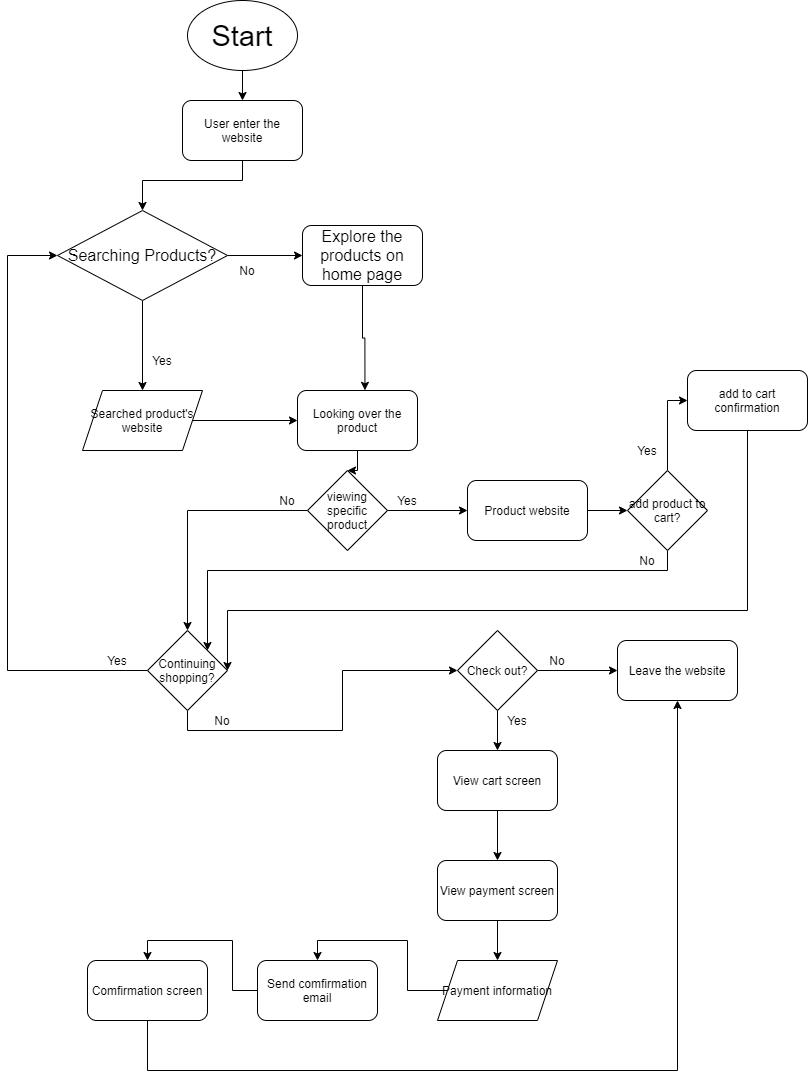
HairforceNiko/fa21-cse110-lab4 keeps this draw.io diagram as explore/diagramming/diagram.drawio.png. Above is the earlier version. Source tidied: cells renumbered, new cells last; positions are measured from the earlier drawing's top-left corner, leaving out a move shared by most shapes.
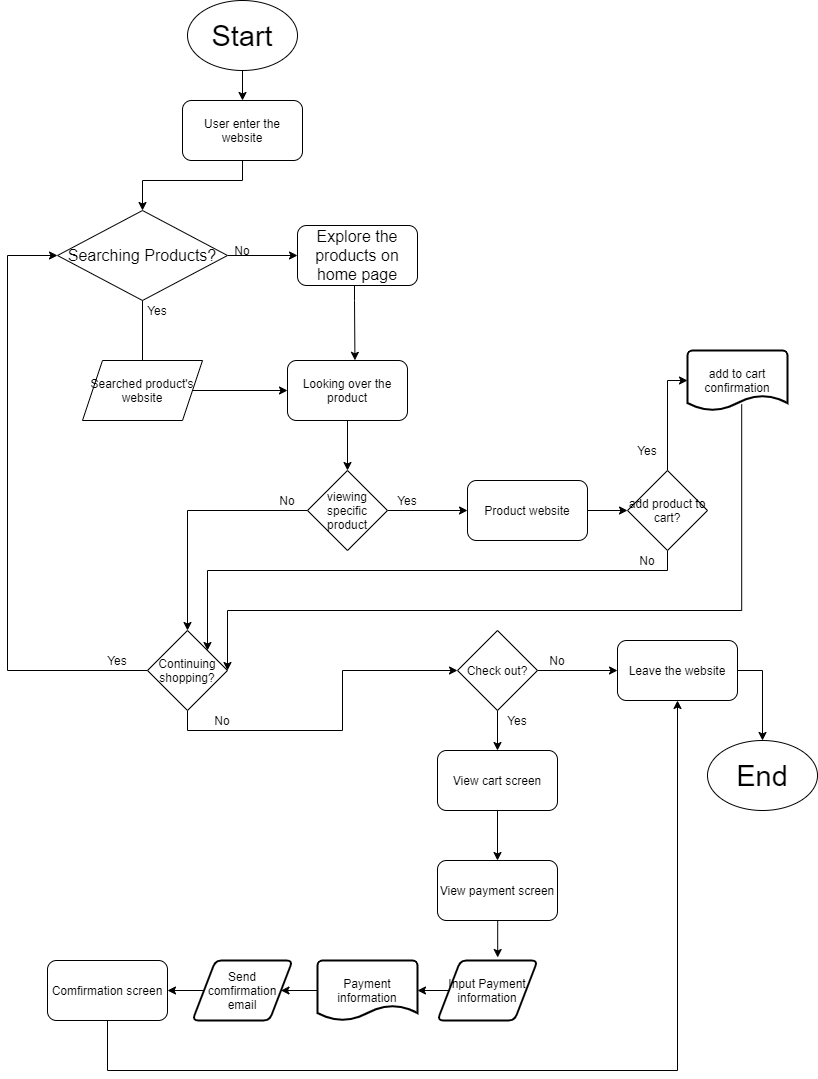
After the commit.

Change to the diagram source:
```diff
@@ -34,25 +34,30 @@
       <mxGeometry relative="1" as="geometry" />
     </mxCell>
     <mxCell id="10" value="&lt;span&gt;Searched product's website&lt;/span&gt;" style="shape=parallelogram;perimeter=parallelogramPerimeter;whiteSpace=wrap;html=1;fixedSize=1;strokeWidth=1;" parent="1" vertex="1">
-      <mxGeometry x="75" y="390" width="120" height="60" as="geometry" />
+      <mxGeometry x="75" y="360" width="120" height="60" as="geometry" />
     </mxCell>
     <mxCell id="11" style="edgeStyle=orthogonalEdgeStyle;rounded=0;jettySize=auto;html=1;entryX=0.562;entryY=-0.003;entryDx=0;entryDy=0;entryPerimeter=0;" parent="1" edge="1" source="12" target="16">
-      <mxGeometry relative="1" as="geometry" />
+      <mxGeometry relative="1" as="geometry">
+        <Array as="points">
+          <mxPoint x="347" y="300" />
+          <mxPoint x="347" y="300" />
+        </Array>
+      </mxGeometry>
     </mxCell>
     <mxCell id="12" value="&lt;span style=&quot;font-size: 16px&quot;&gt;Explore the products on home page&lt;/span&gt;" style="rounded=1;whiteSpace=wrap;html=1;strokeWidth=1;" parent="1" vertex="1">
-      <mxGeometry x="295" y="225" width="120" height="60" as="geometry" />
+      <mxGeometry x="290" y="225" width="120" height="60" as="geometry" />
     </mxCell>
     <mxCell id="13" value="No" style="text;html=1;strokeColor=none;fillColor=none;align=center;verticalAlign=middle;whiteSpace=wrap;rounded=0;" parent="1" vertex="1">
-      <mxGeometry x="220" y="260" width="40" height="20" as="geometry" />
+      <mxGeometry x="215" y="240" width="40" height="20" as="geometry" />
     </mxCell>
     <mxCell id="14" value="Yes&lt;br&gt;" style="text;html=1;strokeColor=none;fillColor=none;align=center;verticalAlign=middle;whiteSpace=wrap;rounded=0;" parent="1" vertex="1">
-      <mxGeometry x="135" y="350" width="40" height="20" as="geometry" />
+      <mxGeometry x="130" y="300" width="40" height="20" as="geometry" />
     </mxCell>
     <mxCell id="15" style="edgeStyle=orthogonalEdgeStyle;rounded=0;jettySize=auto;html=1;entryX=0.5;entryY=0;entryDx=0;entryDy=0;" parent="1" edge="1" source="16" target="19">
       <mxGeometry relative="1" as="geometry" />
     </mxCell>
     <mxCell id="16" value="Looking over the product" style="rounded=1;whiteSpace=wrap;html=1;strokeWidth=1;" parent="1" vertex="1">
-      <mxGeometry x="290" y="390" width="120" height="60" as="geometry" />
+      <mxGeometry x="280" y="360" width="120" height="60" as="geometry" />
     </mxCell>
     <mxCell id="17" style="edgeStyle=orthogonalEdgeStyle;rounded=0;jettySize=auto;html=1;entryX=0.5;entryY=0;entryDx=0;entryDy=0;" parent="1" edge="1" source="19" target="22">
       <mxGeometry relative="1" as="geometry" />
@@ -98,6 +103,13 @@
     <mxCell id="27" value="Check out?" style="rhombus;whiteSpace=wrap;html=1;strokeWidth=1;" parent="1" vertex="1">
       <mxGeometry x="450" y="630" width="80" height="80" as="geometry" />
     </mxCell>
+    <mxCell id="52" style="edgeStyle=orthogonalEdgeStyle;rounded=0;jettySize=auto;html=1;entryX=0.5;entryY=0;entryDx=0;entryDy=0;" parent="1" edge="1" source="28" target="55">
+      <mxGeometry relative="1" as="geometry">
+        <Array as="points">
+          <mxPoint x="755" y="670" />
+        </Array>
+      </mxGeometry>
+    </mxCell>
     <mxCell id="28" value="Leave the website" style="rounded=1;whiteSpace=wrap;html=1;strokeWidth=1;" parent="1" vertex="1">
       <mxGeometry x="610" y="640" width="120" height="60" as="geometry" />
     </mxCell>
@@ -110,34 +122,32 @@
     <mxCell id="31" value="View cart screen" style="rounded=1;whiteSpace=wrap;html=1;" parent="1" vertex="1">
       <mxGeometry x="430" y="750" width="120" height="60" as="geometry" />
     </mxCell>
-    <mxCell id="32" style="edgeStyle=orthogonalEdgeStyle;rounded=0;jettySize=auto;html=1;entryX=0.5;entryY=0;entryDx=0;entryDy=0;" parent="1" edge="1" source="33" target="35">
-      <mxGeometry relative="1" as="geometry" />
+    <mxCell id="32" style="edgeStyle=orthogonalEdgeStyle;rounded=0;jettySize=auto;html=1;entryX=0.602;entryY=-0.05;entryDx=0;entryDy=0;entryPerimeter=0;" parent="1" edge="1" source="33" target="56">
+      <mxGeometry relative="1" as="geometry">
+        <Array as="points">
+          <mxPoint x="490" y="957" />
+        </Array>
+      </mxGeometry>
     </mxCell>
     <mxCell id="33" value="View payment screen" style="rounded=1;whiteSpace=wrap;html=1;" parent="1" vertex="1">
       <mxGeometry x="430" y="860" width="120" height="60" as="geometry" />
     </mxCell>
-    <mxCell id="34" style="edgeStyle=orthogonalEdgeStyle;rounded=0;jettySize=auto;html=1;entryX=0.5;entryY=0;entryDx=0;entryDy=0;" parent="1" edge="1" source="35" target="37">
-      <mxGeometry relative="1" as="geometry" />
-    </mxCell>
-    <mxCell id="35" value="Payment information" style="shape=parallelogram;perimeter=parallelogramPerimeter;whiteSpace=wrap;html=1;fixedSize=1;" parent="1" vertex="1">
-      <mxGeometry x="430" y="960" width="120" height="60" as="geometry" />
-    </mxCell>
+    <mxCell id="53" style="edgeStyle=orthogonalEdgeStyle;rounded=0;jettySize=auto;html=1;entryX=1;entryY=0.5;entryDx=0;entryDy=0;entryPerimeter=0;exitX=0;exitY=0.5;exitDx=0;exitDy=0;" parent="1" edge="1" source="56" target="35">
+      <mxGeometry relative="1" as="geometry" />
+    </mxCell>
-    <mxCell id="36" style="edgeStyle=orthogonalEdgeStyle;rounded=0;jettySize=auto;html=1;entryX=0.5;entryY=0;entryDx=0;entryDy=0;" parent="1" edge="1" source="37" target="39">
+    <mxCell id="36" style="edgeStyle=orthogonalEdgeStyle;rounded=0;jettySize=auto;html=1;entryX=1;entryY=0.5;entryDx=0;entryDy=0;exitX=0;exitY=0.5;exitDx=0;exitDy=0;" parent="1" edge="1" source="37" target="39">
       <mxGeometry relative="1" as="geometry" />
     </mxCell>
-    <mxCell id="37" value="Send comfirmation email" style="rounded=1;whiteSpace=wrap;html=1;" parent="1" vertex="1">
-      <mxGeometry x="250" y="960" width="120" height="60" as="geometry" />
-    </mxCell>
     <mxCell id="38" style="edgeStyle=orthogonalEdgeStyle;rounded=0;jettySize=auto;html=1;entryX=0.5;entryY=1;entryDx=0;entryDy=0;" parent="1" edge="1" source="39" target="28">
       <mxGeometry relative="1" as="geometry">
         <Array as="points">
-          <mxPoint x="140" y="1070" />
+          <mxPoint x="100" y="1070" />
           <mxPoint x="670" y="1070" />
         </Array>
       </mxGeometry>
     </mxCell>
     <mxCell id="39" value="Comfirmation screen" style="rounded=1;whiteSpace=wrap;html=1;" parent="1" vertex="1">
-      <mxGeometry x="80" y="960" width="120" height="60" as="geometry" />
+      <mxGeometry x="40" y="960" width="120" height="60" as="geometry" />
     </mxCell>
     <mxCell id="40" value="Yes" style="text;html=1;strokeColor=none;fillColor=none;align=center;verticalAlign=middle;whiteSpace=wrap;rounded=0;" parent="1" vertex="1">
       <mxGeometry x="380" y="490" width="40" height="20" as="geometry" />
@@ -151,7 +161,7 @@
     <mxCell id="43" value="Product website" style="rounded=1;whiteSpace=wrap;html=1;" parent="1" vertex="1">
       <mxGeometry x="460" y="480" width="120" height="60" as="geometry" />
     </mxCell>
-    <mxCell id="44" style="edgeStyle=orthogonalEdgeStyle;rounded=0;jettySize=auto;html=1;entryX=0;entryY=0.5;entryDx=0;entryDy=0;" parent="1" edge="1" source="46" target="48">
+    <mxCell id="44" style="edgeStyle=orthogonalEdgeStyle;rounded=0;jettySize=auto;html=1;entryX=0;entryY=0.5;entryDx=0;entryDy=0;entryPerimeter=0;" parent="1" edge="1" source="46" target="48">
       <mxGeometry relative="1" as="geometry" />
     </mxCell>
     <mxCell id="45" style="edgeStyle=orthogonalEdgeStyle;rounded=0;jettySize=auto;html=1;entryX=1;entryY=0;entryDx=0;entryDy=0;" parent="1" edge="1" source="46" target="22">
@@ -165,17 +175,14 @@
     <mxCell id="46" value="add product to cart?" style="rhombus;whiteSpace=wrap;html=1;" parent="1" vertex="1">
       <mxGeometry x="620" y="470" width="80" height="80" as="geometry" />
     </mxCell>
-    <mxCell id="47" style="edgeStyle=orthogonalEdgeStyle;rounded=0;jettySize=auto;html=1;entryX=1;entryY=0.5;entryDx=0;entryDy=0;" parent="1" edge="1" source="48" target="22">
+    <mxCell id="47" style="edgeStyle=orthogonalEdgeStyle;rounded=0;jettySize=auto;html=1;entryX=1;entryY=0.5;entryDx=0;entryDy=0;exitX=0.542;exitY=0.897;exitDx=0;exitDy=0;exitPerimeter=0;" parent="1" edge="1" source="48" target="22">
       <mxGeometry relative="1" as="geometry">
         <Array as="points">
-          <mxPoint x="740" y="610" />
+          <mxPoint x="734" y="610" />
           <mxPoint x="220" y="610" />
         </Array>
       </mxGeometry>
     </mxCell>
-    <mxCell id="48" value="add to cart confirmation" style="rounded=1;whiteSpace=wrap;html=1;" parent="1" vertex="1">
-      <mxGeometry x="680" y="370" width="120" height="60" as="geometry" />
-    </mxCell>
     <mxCell id="49" value="Yes" style="text;html=1;strokeColor=none;fillColor=none;align=center;verticalAlign=middle;whiteSpace=wrap;rounded=0;" parent="1" vertex="1">
       <mxGeometry x="620" y="440" width="40" height="20" as="geometry" />
     </mxCell>
@@ -185,5 +192,26 @@
     <mxCell id="51" value="Yes" style="text;html=1;strokeColor=none;fillColor=none;align=center;verticalAlign=middle;whiteSpace=wrap;rounded=0;" parent="1" vertex="1">
       <mxGeometry x="490" y="710" width="40" height="20" as="geometry" />
     </mxCell>
+    <mxCell id="48" value="&lt;span&gt;add to cart confirmation&lt;/span&gt;" style="strokeWidth=2;html=1;shape=mxgraph.flowchart.document2;whiteSpace=wrap;size=0.25;" parent="1" vertex="1">
+      <mxGeometry x="680" y="350" width="100" height="60" as="geometry" />
+    </mxCell>
+    <mxCell id="54" style="edgeStyle=orthogonalEdgeStyle;rounded=0;orthogonalLoop=1;jettySize=auto;html=1;exitX=0.5;exitY=1;exitDx=0;exitDy=0;" parent="1" edge="1" source="13" target="13">
+      <mxGeometry relative="1" as="geometry" />
+    </mxCell>
+    <mxCell id="55" value="&lt;span style=&quot;font-size: 29px&quot;&gt;End&lt;br&gt;&lt;/span&gt;" style="ellipse;whiteSpace=wrap;html=1;" parent="1" vertex="1">
+      <mxGeometry x="700" y="740" width="110" height="70" as="geometry" />
+    </mxCell>
+    <mxCell id="37" value="&lt;span&gt;Send comfirmation email&lt;/span&gt;" style="shape=parallelogram;html=1;strokeWidth=2;perimeter=parallelogramPerimeter;whiteSpace=wrap;rounded=1;arcSize=12;size=0.23;" parent="1" vertex="1">
+      <mxGeometry x="185" y="960" width="100" height="60" as="geometry" />
+    </mxCell>
+    <mxCell id="34" style="edgeStyle=orthogonalEdgeStyle;rounded=0;jettySize=auto;html=1;entryX=1;entryY=0.5;entryDx=0;entryDy=0;" parent="1" edge="1" source="35" target="37">
+      <mxGeometry relative="1" as="geometry" />
+    </mxCell>
+    <mxCell id="35" value="Payment information" style="strokeWidth=2;html=1;shape=mxgraph.flowchart.document2;whiteSpace=wrap;size=0.25;" parent="1" vertex="1">
+      <mxGeometry x="310" y="960" width="100" height="60" as="geometry" />
+    </mxCell>
+    <mxCell id="56" value="&lt;span&gt;Input Payment information&lt;/span&gt;" style="shape=parallelogram;html=1;strokeWidth=2;perimeter=parallelogramPerimeter;whiteSpace=wrap;rounded=1;arcSize=12;size=0.23;" parent="1" vertex="1">
+      <mxGeometry x="430" y="960" width="100" height="60" as="geometry" />
+    </mxCell>
   </root>
 </mxGraphModel>
```
